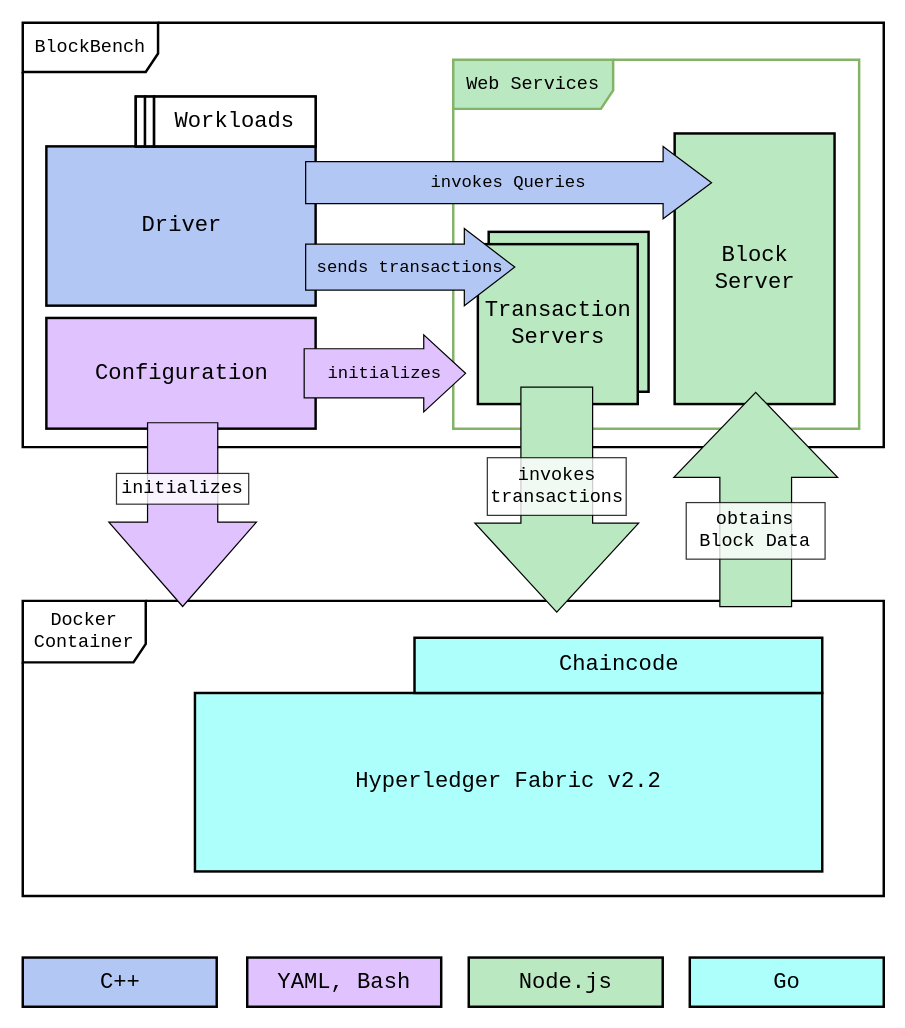
This is diagrams/BlockbenchArchitectureDetailed.drawio from David-Sat/blockbench-setup, a draw.io file, before an edit. Source tidied: cells renumbered, new cells numbered last; positions are measured from the earlier drawing's top-left corner, leaving out a move shared by most shapes. Both pictures are drawn from the tidied source at 123%, with x=0, y=0 at pixel (22, 22).
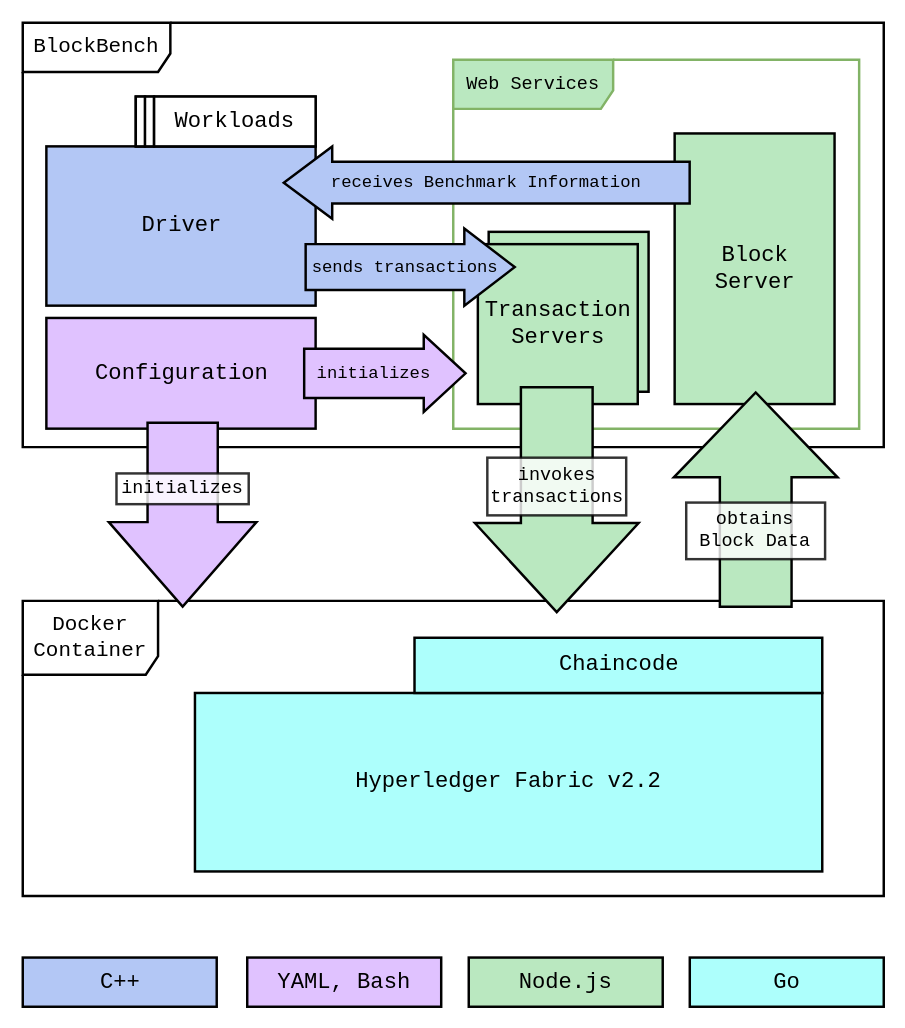
After the change.

What changed in the source:
```diff
@@
-    <mxCell id="2" value="BlockBench" style="shape=umlFrame;whiteSpace=wrap;html=1;width=110;height=40;strokeWidth=2;fontFamily=Courier New;fontSize=15;" parent="1" vertex="1">
+    <mxCell id="2" value="&lt;font style=&quot;font-size: 17px&quot;&gt;BlockBench&lt;/font&gt;" style="shape=umlFrame;whiteSpace=wrap;html=1;width=120;height=40;strokeWidth=2;fontFamily=Courier New;fontSize=15;" parent="1" vertex="1">
       <mxGeometry width="700" height="345" as="geometry" />
     </mxCell>
@@
-    <mxCell id="6" value="Docker Container" style="shape=umlFrame;whiteSpace=wrap;html=1;width=100;height=50;strokeWidth=2;fontFamily=Courier New;fontSize=15;" parent="1" vertex="1">
+    <mxCell id="6" value="&lt;font style=&quot;font-size: 17px&quot;&gt;Docker Container&lt;/font&gt;" style="shape=umlFrame;whiteSpace=wrap;html=1;width=110;height=60;strokeWidth=2;fontFamily=Courier New;fontSize=15;" parent="1" vertex="1">
       <mxGeometry y="470" width="700" height="240" as="geometry" />
     </mxCell>
@@
-    <mxCell id="12" style="group;" parent="1" vertex="1">
+    <mxCell id="12" style="group;strokeWidth=2;" parent="1" vertex="1">
       <mxGeometry x="370" y="279.6" width="155.6" height="195" as="geometry" />
     </mxCell>
-    <mxCell id="13" style="shape=singleArrow;whiteSpace=wrap;html=1;arrowWidth=0.4380680537820205;arrowSize=0.3961969836165981;rotation=90;strokeWidth=1;fontFamily=Courier New;fontSize=18;fillColor=#BAE8C0;" parent="12" vertex="1">
+    <mxCell id="13" style="shape=singleArrow;whiteSpace=wrap;html=1;arrowWidth=0.4380680537820205;arrowSize=0.3961969836165981;rotation=90;strokeWidth=2;fontFamily=Courier New;fontSize=18;fillColor=#BAE8C0;" parent="12" vertex="1">
       <mxGeometry x="-27.3" y="41.6" width="182.9" height="133.1" as="geometry" />
     </mxCell>
-    <mxCell id="14" value="invokes transactions " style="rounded=0;whiteSpace=wrap;html=1;sketch=0;strokeWidth=1;gradientColor=none;fontFamily=Courier New;fontSize=15;opacity=80;" parent="12" vertex="1">
+    <mxCell id="14" value="invokes transactions " style="rounded=0;whiteSpace=wrap;html=1;sketch=0;strokeWidth=2;gradientColor=none;fontFamily=Courier New;fontSize=15;opacity=80;" parent="12" vertex="1">
       <mxGeometry x="7.7" y="74" width="112.9" height="46.9" as="geometry" />
     </mxCell>
@@
-    <mxCell id="16" style="group;rotation=-180;" parent="1" vertex="1">
+    <mxCell id="16" style="group;rotation=-180;strokeWidth=2;" parent="1" vertex="1">
       <mxGeometry x="508.8" y="296.1" width="151.2" height="195" as="geometry" />
     </mxCell>
-    <mxCell id="17" style="shape=singleArrow;whiteSpace=wrap;html=1;arrowWidth=0.4380680537820205;arrowSize=0.3961969836165981;rotation=-90;strokeWidth=1;fontFamily=Courier New;fontSize=18;fillColor=#BAE8C0;" parent="16" vertex="1">
+    <mxCell id="17" style="shape=singleArrow;whiteSpace=wrap;html=1;arrowWidth=0.4380680537820205;arrowSize=0.3961969836165981;rotation=-90;strokeWidth=2;fontFamily=Courier New;fontSize=18;fillColor=#BAE8C0;" parent="16" vertex="1">
       <mxGeometry y="25" width="174.2" height="133.1" as="geometry" />
     </mxCell>
-    <mxCell id="18" value="obtains Block Data" style="rounded=0;whiteSpace=wrap;html=1;sketch=0;strokeWidth=1;gradientColor=none;fontFamily=Courier New;fontSize=15;opacity=80;" parent="16" vertex="1">
+    <mxCell id="18" value="obtains Block Data" style="rounded=0;whiteSpace=wrap;html=1;sketch=0;strokeWidth=2;gradientColor=none;fontFamily=Courier New;fontSize=15;opacity=80;" parent="16" vertex="1">
       <mxGeometry x="30.6" y="94" width="112.9" height="46" as="geometry" />
     </mxCell>
@@
-    <mxCell id="25" value="&lt;div&gt;invokes Queries&lt;br&gt;&lt;/div&gt;" style="shape=singleArrow;whiteSpace=wrap;html=1;arrowWidth=0.5788936170212764;arrowSize=0.11935483870967742;strokeWidth=1;fontFamily=Courier New;fontSize=14;align=center;fillColor=#B3C7F5;" parent="1" vertex="1">
-      <mxGeometry x="230" y="100.6" width="330" height="58.8" as="geometry" />
+    <mxCell id="25" value="receives Benchmark Information" style="shape=singleArrow;whiteSpace=wrap;html=1;arrowWidth=0.5788936170212764;arrowSize=0.11935483870967742;strokeWidth=2;fontFamily=Courier New;fontSize=14;align=center;fillColor=#B3C7F5;flipH=1;" parent="1" vertex="1">
+      <mxGeometry x="212.2" y="100.6" width="330" height="58.8" as="geometry" />
     </mxCell>
-    <mxCell id="26" style="group;" parent="1" vertex="1">
+    <mxCell id="26" style="group;strokeWidth=2;" parent="1" vertex="1">
       <mxGeometry x="70" y="325.2" width="120" height="149.4" as="geometry" />
     </mxCell>
-    <mxCell id="27" style="shape=singleArrow;whiteSpace=wrap;html=1;arrowWidth=0.47558333333333375;arrowSize=0.459228760795341;rotation=90;strokeWidth=1;fontFamily=Courier New;fontSize=18;fillColor=#E0C2FF;" parent="26" vertex="1">
+    <mxCell id="27" style="shape=singleArrow;whiteSpace=wrap;html=1;arrowWidth=0.47558333333333375;arrowSize=0.459228760795341;rotation=90;strokeWidth=2;fontFamily=Courier New;fontSize=18;fillColor=#E0C2FF;" parent="26" vertex="1">
       <mxGeometry x="-14.7" y="14.7" width="149.4" height="120" as="geometry" />
     </mxCell>
-    <mxCell id="28" value="initializes" style="rounded=0;whiteSpace=wrap;html=1;sketch=0;strokeWidth=1;gradientColor=none;fontFamily=Courier New;fontSize=15;opacity=80;" parent="26" vertex="1">
+    <mxCell id="28" value="initializes" style="rounded=0;whiteSpace=wrap;html=1;sketch=0;strokeWidth=2;gradientColor=none;fontFamily=Courier New;fontSize=15;opacity=80;" parent="26" vertex="1">
       <mxGeometry x="6.2" y="41.2" width="107.5" height="25" as="geometry" />
     </mxCell>
-    <mxCell id="29" value="initializes" style="shape=singleArrow;whiteSpace=wrap;html=1;arrowWidth=0.6384234881123361;arrowSize=0.25906735751295334;strokeWidth=1;fontFamily=Courier New;fontSize=14;align=center;fillColor=#E0C2FF;" parent="1" vertex="1">
+    <mxCell id="29" value="&lt;div&gt;&amp;nbsp;initializes&lt;br&gt;&lt;/div&gt;" style="shape=singleArrow;whiteSpace=wrap;html=1;arrowWidth=0.6384234881123361;arrowSize=0.25906735751295334;strokeWidth=2;fontFamily=Courier New;fontSize=14;align=left;fillColor=#E0C2FF;" parent="1" vertex="1">
       <mxGeometry x="228.8" y="253.7" width="131.2" height="62.7" as="geometry" />
     </mxCell>
-    <mxCell id="30" value="&lt;div style=&quot;font-size: 14px&quot;&gt;sends transactions&lt;br style=&quot;font-size: 14px&quot;&gt;&lt;/div&gt;" style="shape=singleArrow;whiteSpace=wrap;html=1;arrowWidth=0.5956598053295052;arrowSize=0.2411764705882353;strokeWidth=1;fontFamily=Courier New;fontSize=14;align=center;fillColor=#B3C7F5;" parent="1" vertex="1">
+    <mxCell id="30" value="&lt;div style=&quot;font-size: 14px&quot;&gt;sends transactions&lt;br style=&quot;font-size: 14px&quot;&gt;&lt;/div&gt;" style="shape=singleArrow;whiteSpace=wrap;html=1;arrowWidth=0.5956598053295052;arrowSize=0.2411764705882353;strokeWidth=2;fontFamily=Courier New;fontSize=14;align=center;fillColor=#B3C7F5;spacingLeft=-8;" parent="1" vertex="1">
       <mxGeometry x="230" y="167.3" width="170" height="62.7" as="geometry" />
     </mxCell>
```
